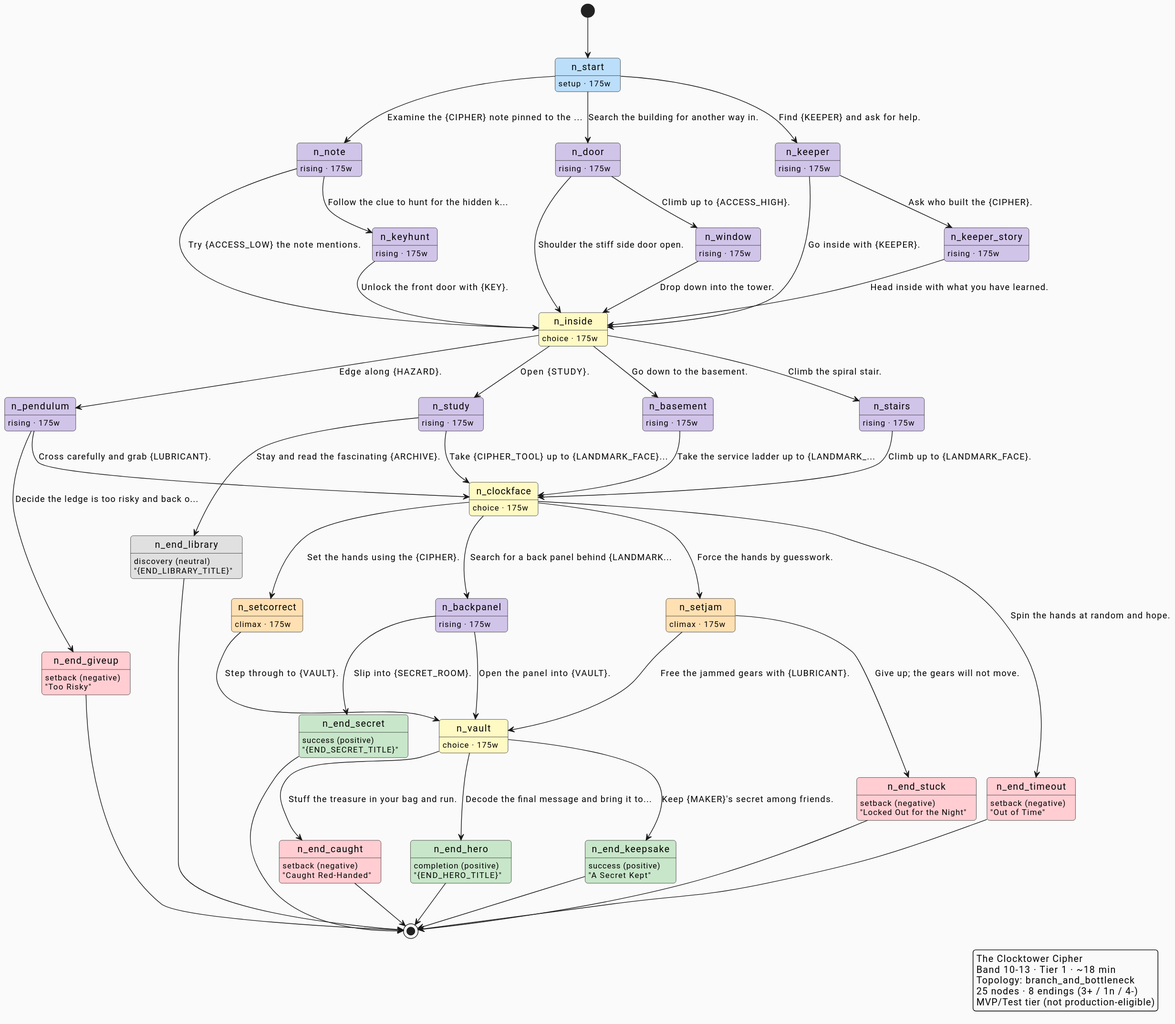
Earlier version of the PlantUML export docs/architecture/diagrams/skeletons/10-13/the-clocktower-cipher.svg (ByronWilliamsCPA/cyo-adventure).
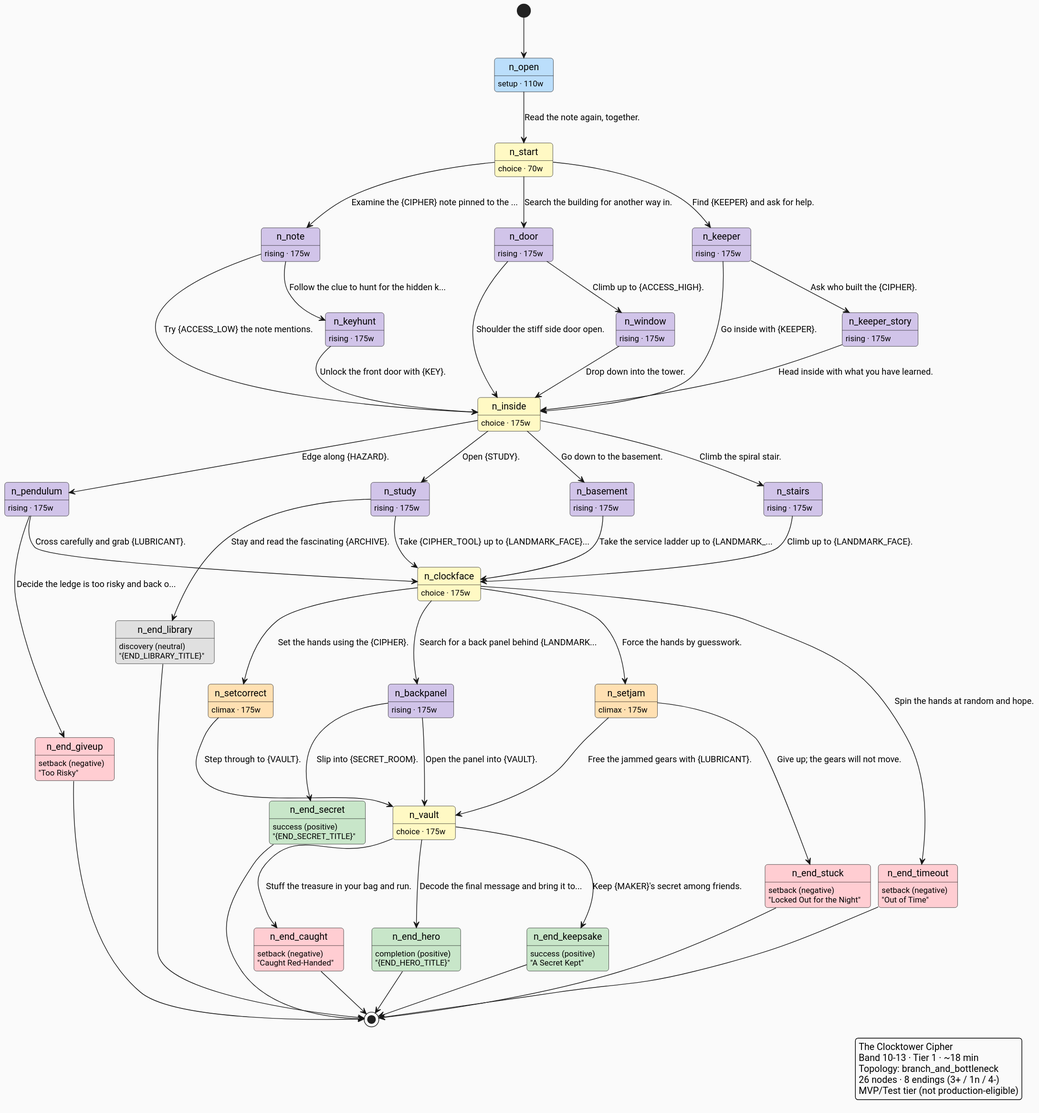
Above is the later version.

Change to the diagram source:
```diff
@@ -4,9 +4,11 @@
 skinparam roundCorner 8
 hide empty description
 
-[*] --> n_start
-state n_start #BBDEFB
-n_start : setup · 175w
+[*] --> n_open
+state n_open #BBDEFB
+n_open : setup · 110w
+state n_start #FFF9C4
+n_start : choice · 70w
 state n_note #D1C4E9
 n_note : rising · 175w
 state n_door #D1C4E9
@@ -63,6 +65,7 @@
 state n_end_caught #FFCDD2
 n_end_caught : setback (negative)
 n_end_caught : "Caught Red-Handed"
+n_open --> n_start : Read the note again, together.
 n_start --> n_note : Examine the {CIPHER} note pinned to the ...
 n_start --> n_door : Search the building for another way in.
 n_start --> n_keeper : Find {KEEPER} and ask for help.
@@ -110,7 +113,7 @@
   The Clocktower Cipher
   Band 10-13 · Tier 1 · ~18 min
   Topology: branch_and_bottleneck
-  25 nodes · 8 endings (3+ / 1n / 4-)
+  26 nodes · 8 endings (3+ / 1n / 4-)
   MVP/Test tier (not production-eligible)
 endlegend
 @enduml
```
